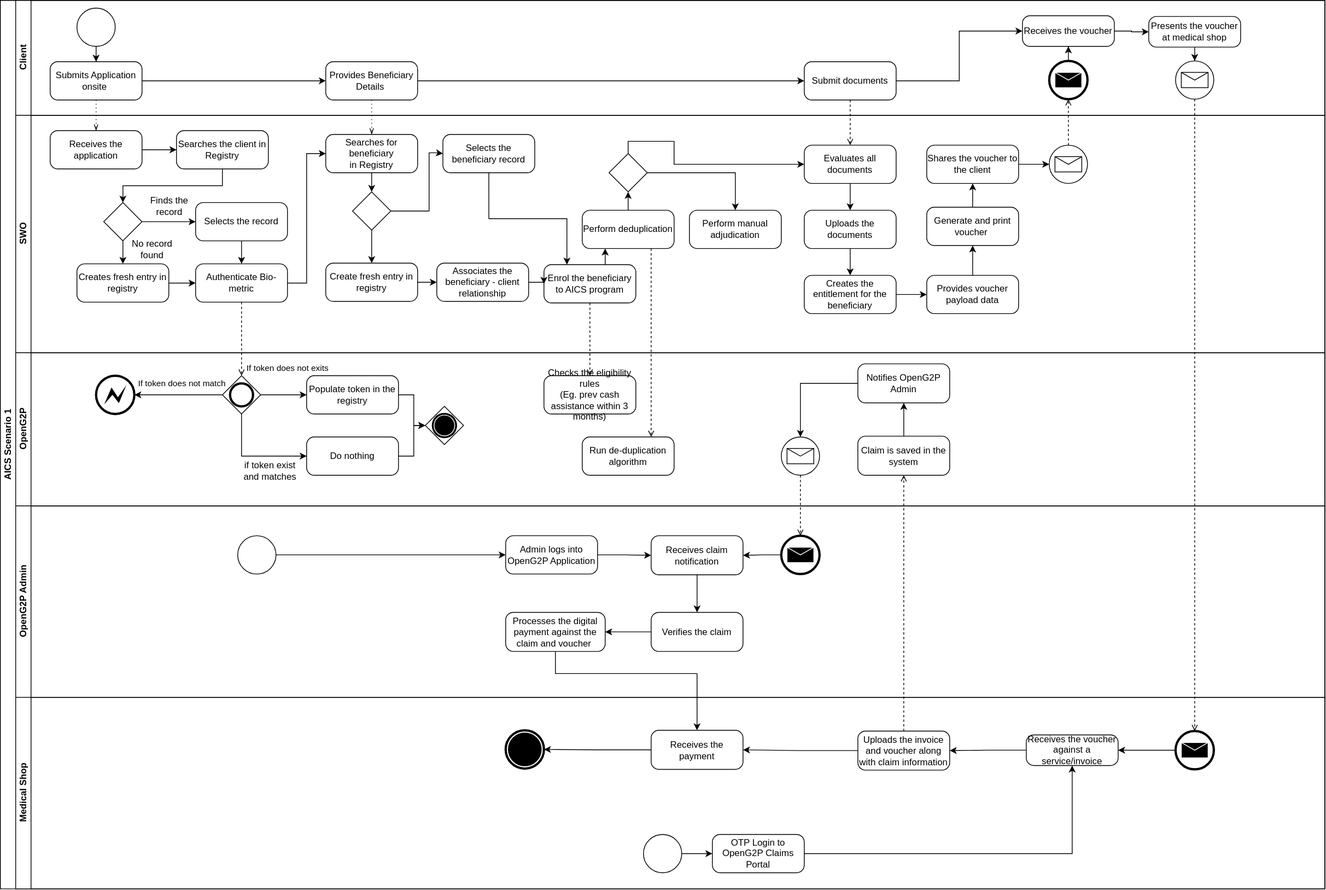
Before: .gitbook/assets/scenario_a_bpmn.svg, a diagram exported from draw.io (OpenG2P/openg2p-documentation). Source tidied: cells renumbered, new cells last; positions are measured from the earlier drawing's top-left corner, leaving out a move shared by most shapes.
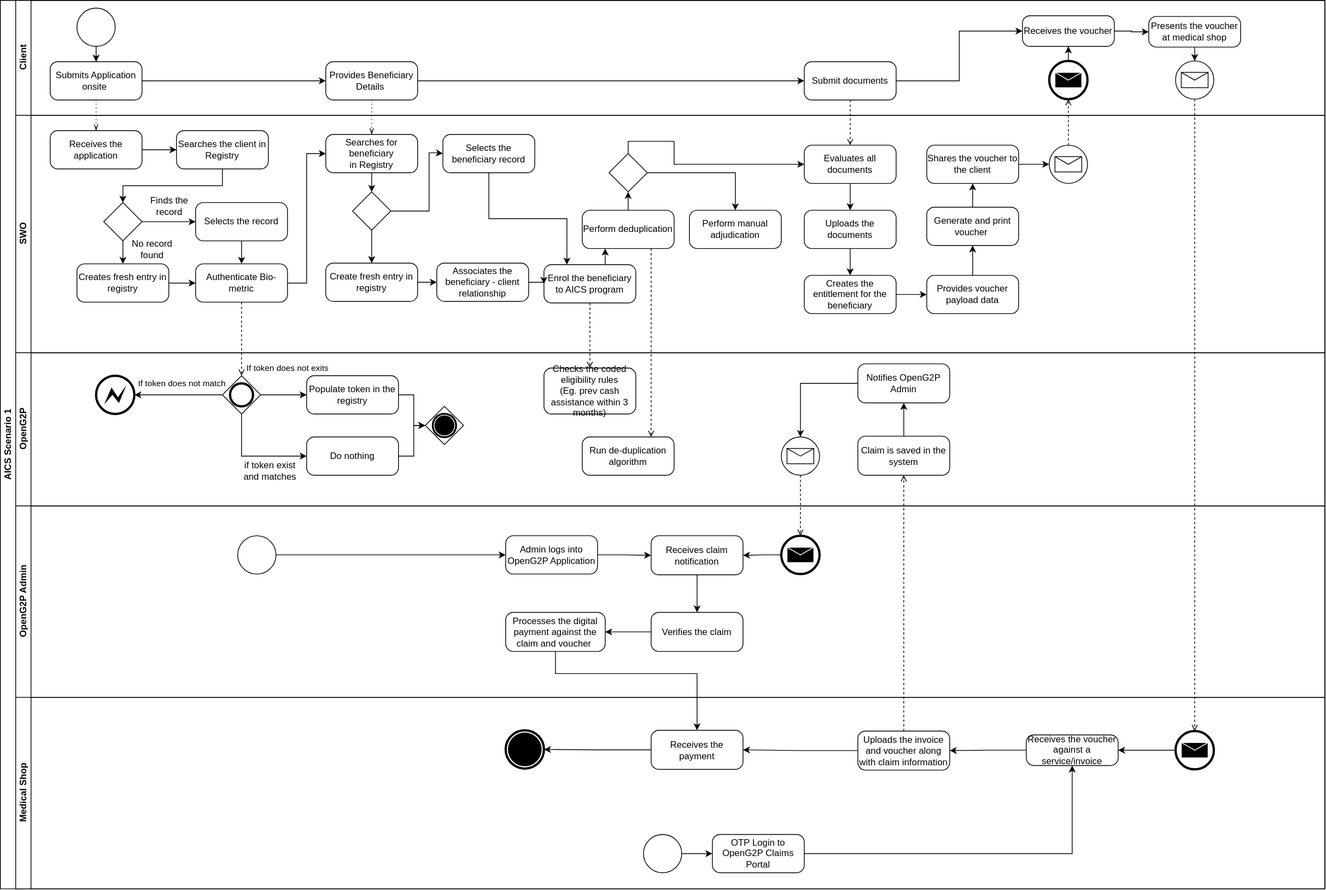
The same diagram one commit later.

Diff of the diagram source:
```diff
@@ -270,8 +270,8 @@
     <mxCell id="80" style="points=[[0.25,0.25,0],[0.5,0,0],[0.75,0.25,0],[1,0.5,0],[0.75,0.75,0],[0.5,1,0],[0.25,0.75,0],[0,0.5,0]];shape=mxgraph.bpmn.gateway2;html=1;verticalLabelPosition=bottom;labelBackgroundColor=#ffffff;verticalAlign=top;align=center;perimeter=rhombusPerimeter;outlineConnect=0;outline=end;symbol=terminate;" parent="67" vertex="1">
       <mxGeometry x="535" y="70" width="50" height="50" as="geometry" />
     </mxCell>
-    <mxCell id="81" value="Checks the eligibility rules&lt;br&gt;(Eg. prev cash assistance within 3 months)" style="points=[[0.25,0,0],[0.5,0,0],[0.75,0,0],[1,0.25,0],[1,0.5,0],[1,0.75,0],[0.75,1,0],[0.5,1,0],[0.25,1,0],[0,0.75,0],[0,0.5,0],[0,0.25,0]];shape=mxgraph.bpmn.task;whiteSpace=wrap;rectStyle=rounded;size=10;html=1;taskMarker=abstract;" parent="67" vertex="1">
-      <mxGeometry x="690" y="30" width="120" height="50" as="geometry" />
+    <mxCell id="81" value="Checks the coded eligibility rules&lt;br&gt;(Eg. prev cash assistance within 3 months)" style="points=[[0.25,0,0],[0.5,0,0],[0.75,0,0],[1,0.25,0],[1,0.5,0],[1,0.75,0],[0.75,1,0],[0.5,1,0],[0.25,1,0],[0,0.75,0],[0,0.5,0],[0,0.25,0]];shape=mxgraph.bpmn.task;whiteSpace=wrap;rectStyle=rounded;size=10;html=1;taskMarker=abstract;" parent="67" vertex="1">
+      <mxGeometry x="690" y="20" width="120" height="60" as="geometry" />
     </mxCell>
     <mxCell id="82" value="Run de-duplication algorithm" style="points=[[0.25,0,0],[0.5,0,0],[0.75,0,0],[1,0.25,0],[1,0.5,0],[1,0.75,0],[0.75,1,0],[0.5,1,0],[0.25,1,0],[0,0.75,0],[0,0.5,0],[0,0.25,0]];shape=mxgraph.bpmn.task;whiteSpace=wrap;rectStyle=rounded;size=10;html=1;taskMarker=abstract;" parent="67" vertex="1">
       <mxGeometry x="740" y="110" width="120" height="50" as="geometry" />
```
